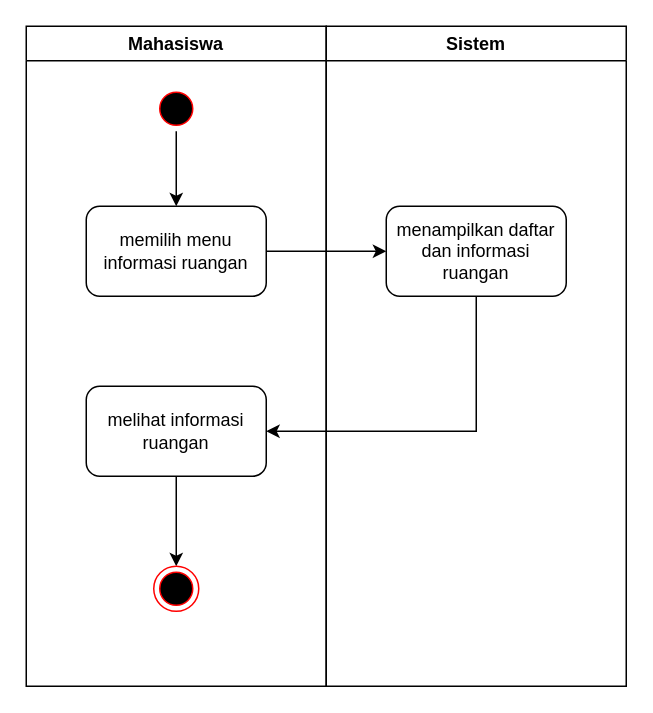
The draw.io diagram page "melihat informasi ruangan" (5 of 10) of Untitled Diagram.drawio in BintangFerinantama/Materi-PETRUK, before the edit. Source tidied: cells renumbered, new cells numbered last; positions are measured from the earlier drawing's top-left corner, leaving out a move shared by most shapes. Both pictures are drawn from the tidied source at 150%, with x=0, y=0 at pixel (26, 26).
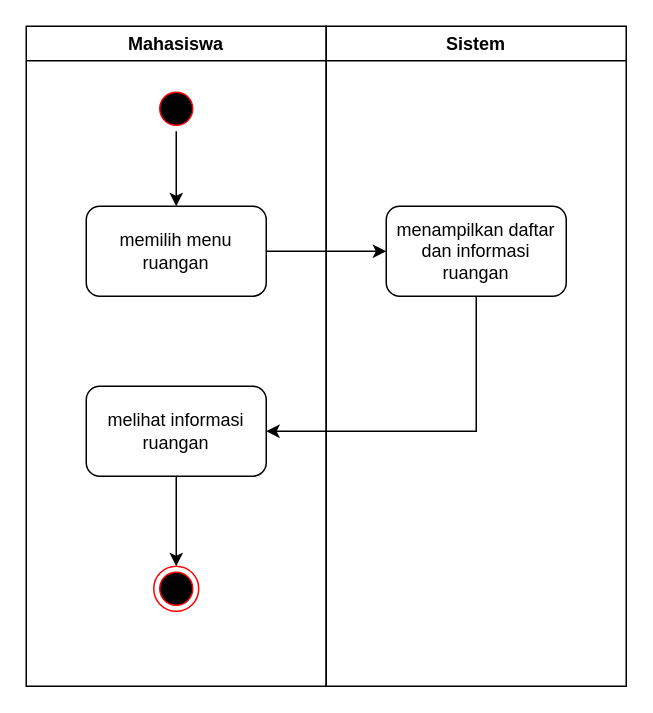
The same page after the edit.

Change to the diagram source:
```diff
@@
 <mxGraphModel>
   <root>
     <mxCell id="0" />
     <mxCell id="1" parent="0" />
     <mxCell id="2" value="Mahasiswa" style="swimlane;whiteSpace=wrap;html=1;startSize=23;" parent="1" vertex="1">
       <mxGeometry width="200" height="440" as="geometry" />
     </mxCell>
     <mxCell id="3" style="edgeStyle=orthogonalEdgeStyle;rounded=0;jettySize=auto;html=1;exitX=0.5;exitY=1;exitDx=0;exitDy=0;entryX=0.5;entryY=0;entryDx=0;entryDy=0;" parent="2" edge="1" source="4" target="5">
       <mxGeometry relative="1" as="geometry" />
     </mxCell>
     <mxCell id="4" style="ellipse;html=1;shape=startState;fillColor=#000000;strokeColor=#ff0000;" parent="2" vertex="1">
       <mxGeometry x="85" y="40" width="30" height="30" as="geometry" />
     </mxCell>
-    <mxCell id="5" value="memilih menu informasi ruangan" style="rounded=1;whiteSpace=wrap;html=1;" parent="2" vertex="1">
+    <mxCell id="5" value="memilih menu ruangan" style="rounded=1;whiteSpace=wrap;html=1;" parent="2" vertex="1">
       <mxGeometry x="40" y="120" width="120" height="60" as="geometry" />
     </mxCell>
     <mxCell id="6" style="edgeStyle=orthogonalEdgeStyle;rounded=0;jettySize=auto;html=1;exitX=0.5;exitY=1;exitDx=0;exitDy=0;entryX=0.5;entryY=0;entryDx=0;entryDy=0;" parent="2" edge="1" source="7" target="8">
       <mxGeometry relative="1" as="geometry" />
     </mxCell>
     <mxCell id="7" value="melihat informasi ruangan" style="rounded=1;whiteSpace=wrap;html=1;" parent="2" vertex="1">
       <mxGeometry x="40" y="240" width="120" height="60" as="geometry" />
     </mxCell>
     <mxCell id="8" style="ellipse;html=1;shape=endState;fillColor=#000000;strokeColor=#ff0000;" parent="2" vertex="1">
       <mxGeometry x="85" y="360" width="30" height="30" as="geometry" />
     </mxCell>
     <mxCell id="9" value="Sistem" style="swimlane;whiteSpace=wrap;html=1;" parent="1" vertex="1">
       <mxGeometry x="200" width="200" height="440" as="geometry" />
     </mxCell>
     <mxCell id="10" value="menampilkan daftar dan informasi ruangan" style="rounded=1;whiteSpace=wrap;html=1;" parent="9" vertex="1">
       <mxGeometry x="40" y="120" width="120" height="60" as="geometry" />
     </mxCell>
     <mxCell id="11" style="edgeStyle=orthogonalEdgeStyle;rounded=0;jettySize=auto;html=1;exitX=1;exitY=0.5;exitDx=0;exitDy=0;entryX=0;entryY=0.5;entryDx=0;entryDy=0;" parent="1" edge="1" source="5" target="10">
       <mxGeometry relative="1" as="geometry" />
     </mxCell>
     <mxCell id="12" style="edgeStyle=orthogonalEdgeStyle;rounded=0;jettySize=auto;html=1;exitX=0.5;exitY=1;exitDx=0;exitDy=0;entryX=1;entryY=0.5;entryDx=0;entryDy=0;" parent="1" edge="1" source="10" target="7">
       <mxGeometry relative="1" as="geometry" />
     </mxCell>
   </root>
 </mxGraphModel>
```
